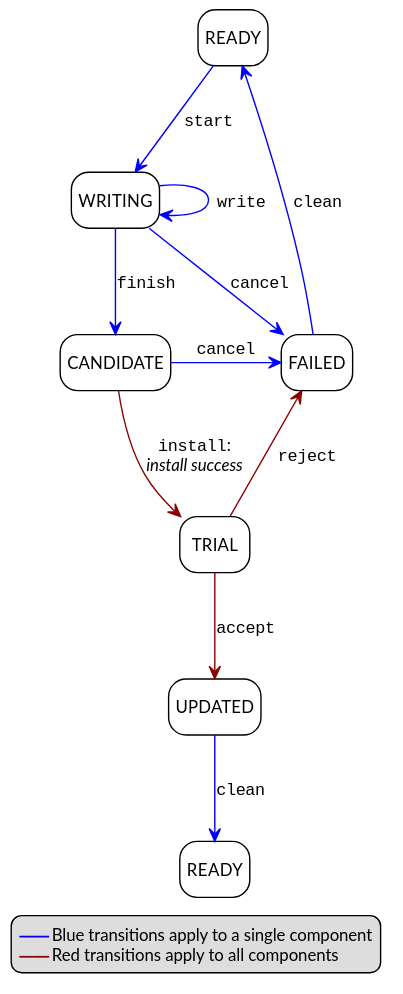
This is doc/fwu/figure/states/no-reboot.svg from ARM-software/psa-api, a PlantUML export, as it was before one commit. Its source is kept beside it as doc/fwu/figure/states/no-reboot.puml. Its diagram source:
```plantuml
@startuml

!include atg-spec.pumh


skinparam LegendFontSize 12

legend bottom
  <color:blue>--""———""--</color> Blue transitions apply to a single component
  <color:darkred>--""———""--</color> Red transitions apply to all components
end legend

state Start as "READY"
state Writing as "WRITING"
state Candidate as "CANDIDATE"
state Failed as "FAILED"
state Trial as "TRIAL"
state Updated as "UPDATED"
state End as "READY"

Start -[#blue]-> Writing : ""start""
Writing -[#blue]-> Writing : ""write""
Writing -[#blue]-> Candidate : ""finish""
Writing -d[#blue]-> Failed : ""cancel""
Candidate -[#darkred]-> Trial : ""install"":\n//install success//
Candidate -r[#blue]-> Failed : ""cancel""

Trial -[#darkred]-> Updated : ""accept""

Failed -u[#blue]-> Start: ""clean""
Trial -u[#darkred]-> Failed : ""reject""

Updated -[#blue]-> End : ""clean""
@enduml
```
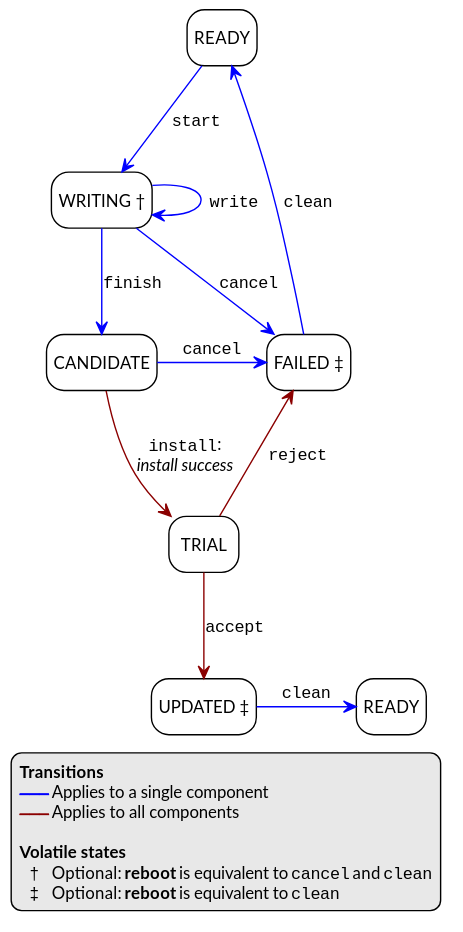
The same diagram one commit later.

The edit, as a diff of the source:
```diff
@@ -5,23 +5,28 @@
 
 skinparam LegendFontSize 12
 
-legend bottom
-  <color:blue>--""———""--</color> Blue transitions apply to a single component
-  <color:darkred>--""———""--</color> Red transitions apply to all components
+legend
+  **Transitions**
+  <color:blue>--""———""--</color> Applies to a single component
+  <color:darkred>--""———""--</color> Applies to all components
+
+  **Volatile states**
+  "" † "" Optional: **reboot** is equivalent to ""cancel"" and ""clean""
+  "" ‡ "" Optional: **reboot** is equivalent to ""clean""
 end legend
 
 state Start as "READY"
-state Writing as "WRITING"
+state Writing as "WRITING †"
 state Candidate as "CANDIDATE"
-state Failed as "FAILED"
+state Failed as "FAILED ‡"
 state Trial as "TRIAL"
-state Updated as "UPDATED"
+state Updated as "UPDATED ‡"
 state End as "READY"
 
 Start -[#blue]-> Writing : ""start""
 Writing -[#blue]-> Writing : ""write""
 Writing -[#blue]-> Candidate : ""finish""
-Writing -d[#blue]-> Failed : ""cancel""
+Writing -[#blue]-> Failed : ""cancel""
 Candidate -[#darkred]-> Trial : ""install"":\n//install success//
 Candidate -r[#blue]-> Failed : ""cancel""
 
@@ -30,5 +35,5 @@
 Failed -u[#blue]-> Start: ""clean""
 Trial -u[#darkred]-> Failed : ""reject""
 
-Updated -[#blue]-> End : ""clean""
+Updated -r[#blue]-> End : ""clean""
 @enduml
```
